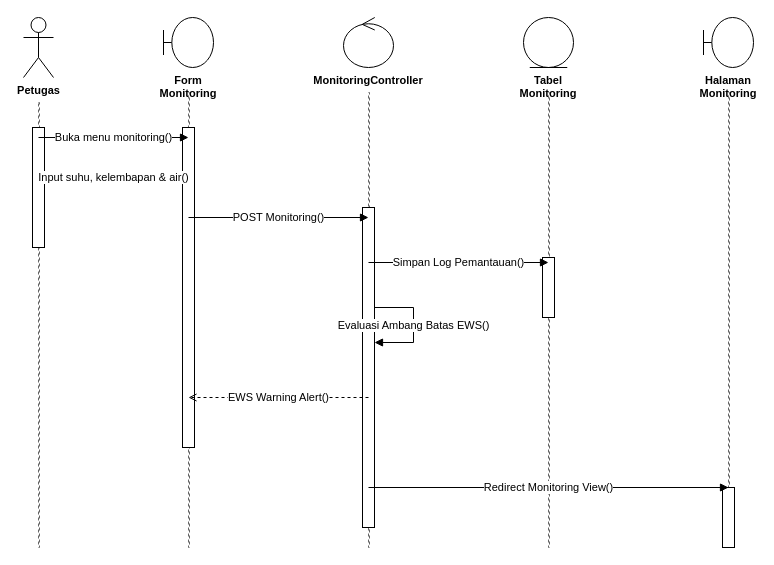
Earlier version of the draw.io diagram page "Sequence Diagram: Monitoring Kumbung" (12 of 16) of sequence_diagram_lengkap.drawio (DaraAnggunJelita/jamur_tiram). Source tidied: cells renumbered, new cells numbered last; positions are measured from the earlier drawing's top-left corner, leaving out a move shared by most shapes. Both pictures are drawn from the tidied source at 100%, with x=0, y=0 at pixel (23, 17).
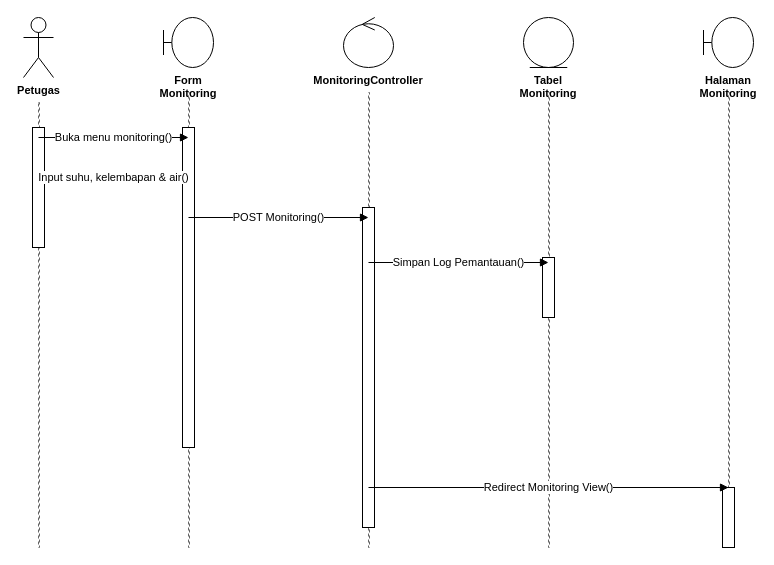
The same page after the edit.

Diff of the diagram source:
```diff
@@
-<mxGraphModel>
+<mxGraphModel background="light-dark(#ffffff, #121212)">
@@
-    <mxCell id="21" value="Evaluasi Ambang Batas EWS()" style="edgeStyle=orthogonalEdgeStyle;rounded=0;html=1;endArrow=block;endSize=6;strokeColor=#000000;fontColor=#000000;fontSize=11;labelBackgroundColor=#ffffff;" parent="1" edge="1">
-      <mxGeometry relative="1" as="geometry">
-        <mxPoint x="351" y="290" as="sourcePoint" />
-        <mxPoint x="351" y="325" as="targetPoint" />
-        <Array as="points">
-          <mxPoint x="390" y="290" />
-          <mxPoint x="390" y="325" />
-        </Array>
-      </mxGeometry>
-    </mxCell>
-    <mxCell id="22" value="EWS Warning Alert()" style="edgeStyle=none;dashed=1;html=1;endArrow=open;endSize=6;strokeColor=#000000;fontColor=#000000;fontSize=11;labelBackgroundColor=#ffffff;" parent="1" edge="1">
-      <mxGeometry relative="1" as="geometry">
-        <mxPoint x="345" y="380" as="sourcePoint" />
-        <mxPoint x="165" y="380" as="targetPoint" />
-      </mxGeometry>
-    </mxCell>
```
